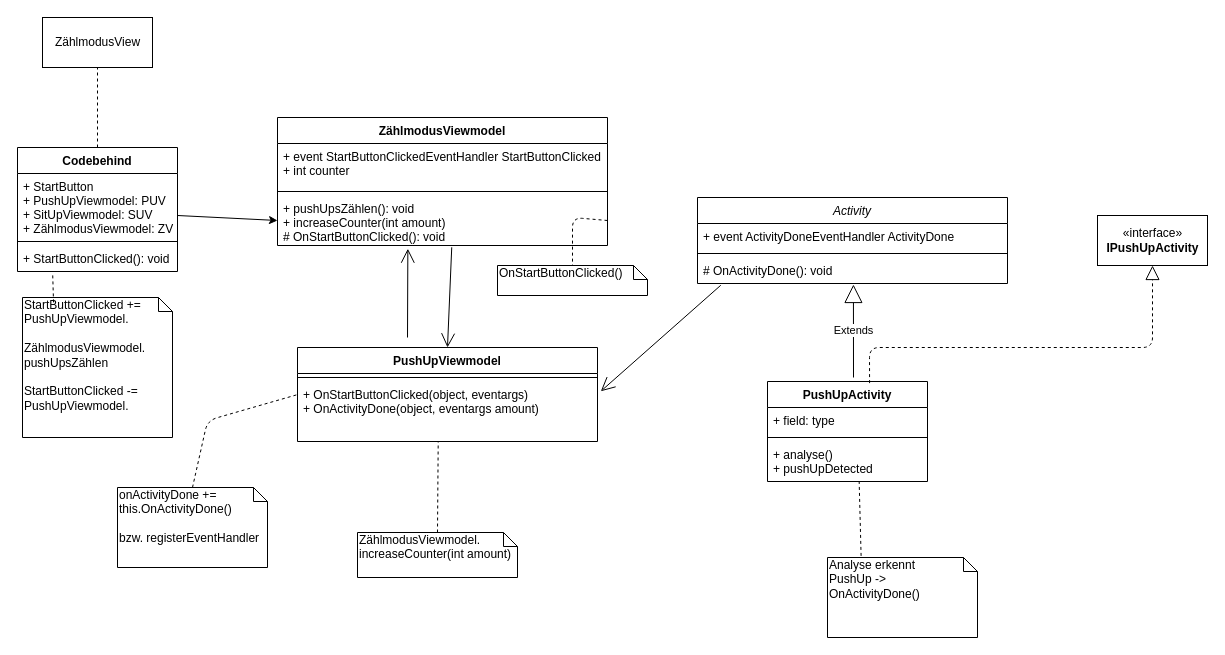
This is Entwurf/View Viewmodel EWM Eventstruktur.drawio from vlle1/dokumente-earablesKIT, a draw.io file, before an edit. Source tidied: cells renumbered, new cells numbered last; positions are measured from the earlier drawing's top-left corner, leaving out a move shared by most shapes. Both pictures are drawn from the tidied source at 100%, with x=0, y=0 at pixel (17, 17).
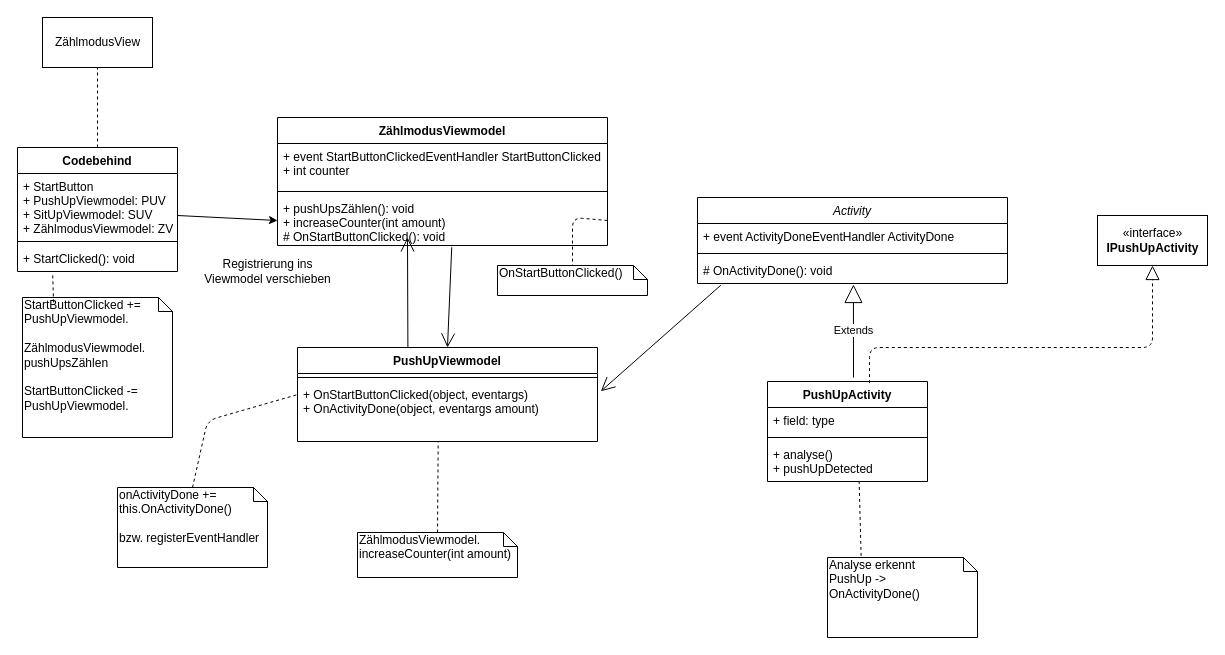
The same diagram, later.

The change refers to these unchanged cells:
```xml
<mxCell id="2" value="ZählmodusViewmodel&#10;" style="swimlane;fontStyle=1;align=center;verticalAlign=top;horizontal=1;startSize=26;" parent="1" vertex="1">
  <mxGeometry x="260" y="100" width="330" height="128" as="geometry" />
</mxCell>
<mxCell id="7" value="Codebehind&#10;" style="swimlane;fontStyle=1;align=center;verticalAlign=top;horizontal=1;startSize=26;" parent="1" vertex="1">
  <mxGeometry y="130" width="160" height="124" as="geometry" />
</mxCell>
<mxCell id="15" value="PushUpViewmodel" style="swimlane;fontStyle=1;align=center;verticalAlign=top;horizontal=1;startSize=26;" parent="1" vertex="1">
  <mxGeometry x="280" y="330" width="300" height="94" as="geometry" />
</mxCell>
```

Diff of the diagram source:
```diff
@@
-    <mxCell id="5" value="+ pushUpsZählen(): void&#10;+ increaseCounter(int amount)&#10;# OnStartButtonClicked(): void" style="text;strokeColor=none;fillColor=none;align=left;verticalAlign=top;spacingLeft=4;spacingRight=4;overflow=hidden;points=[[0,0.5],[1,0.5]];portConstraint=eastwest;" parent="2" vertex="1">
+    <mxCell id="5" value="+ pushUpsZählen(): void&#10;+ increaseCounter(int amount)&#10;# OnStartButtonClicked(): void" style="text;align=left;verticalAlign=top;spacingLeft=4;spacingRight=4;overflow=hidden;points=[[0,0.5],[1,0.5]];portConstraint=eastwest;" parent="2" vertex="1">
       <mxGeometry y="78" width="330" height="50" as="geometry" />
     </mxCell>
@@
-    <mxCell id="10" value="+ StartButtonClicked(): void" style="text;strokeColor=none;fillColor=none;align=left;verticalAlign=top;spacingLeft=4;spacingRight=4;overflow=hidden;points=[[0,0.5],[1,0.5]];portConstraint=eastwest;" parent="7" vertex="1">
+    <mxCell id="10" value="+ StartClicked(): void" style="text;strokeColor=none;fillColor=none;align=left;verticalAlign=top;spacingLeft=4;spacingRight=4;overflow=hidden;points=[[0,0.5],[1,0.5]];portConstraint=eastwest;" parent="7" vertex="1">
       <mxGeometry y="98" width="160" height="26" as="geometry" />
     </mxCell>
@@
-    <mxCell id="35" style="endArrow=open;endFill=1;endSize=12;html=1;entryX=0.395;entryY=1.064;entryDx=0;entryDy=0;entryPerimeter=0;" parent="1" edge="1" target="5">
+    <mxCell id="35" style="endArrow=open;endFill=1;endSize=12;html=1;exitX=0.368;exitY=0;exitDx=0;exitDy=0;exitPerimeter=0;" parent="1" edge="1" source="15">
       <mxGeometry relative="1" as="geometry">
-        <mxPoint x="390" y="320" as="sourcePoint" />
+        <mxPoint x="390" y="220" as="targetPoint" />
       </mxGeometry>
     </mxCell>
@@
+    <mxCell id="40" value="Registrierung ins&lt;br&gt;Viewmodel verschieben" style="text;html=1;align=center;verticalAlign=middle;" parent="1" vertex="1">
+      <mxGeometry x="180" y="239" width="140" height="30" as="geometry" />
+    </mxCell>
```
